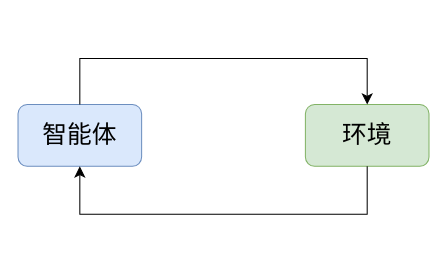
Before: 强化学习框架.drawio in master-fency/plot, a draw.io diagram. Source tidied: cells renumbered, new cells numbered last; positions are measured from the earlier drawing's top-left corner, leaving out a move shared by most shapes. Both pictures are drawn from the tidied source at 103%, with x=0, y=0 at pixel (18, 43).
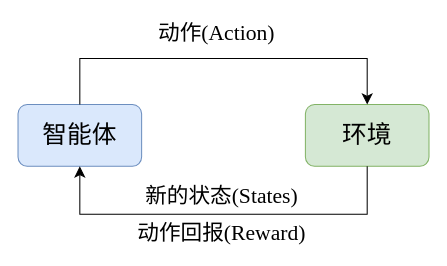
After the change.

Commit message:
更新强化学习框架.drawio

What changed in the source:
```diff
@@
 <mxGraphModel>
   <root>
     <mxCell id="0" />
     <mxCell id="1" parent="0" />
     <mxCell id="2" value="&lt;font style=&quot;font-size: 24px;&quot; face=&quot;Times New Roman&quot;&gt;环境&lt;/font&gt;" style="rounded=1;whiteSpace=wrap;html=1;fillColor=#d5e8d4;strokeColor=#82b366;" parent="1" vertex="1">
       <mxGeometry x="279" y="59" width="120" height="60" as="geometry" />
     </mxCell>
     <mxCell id="3" value="&lt;font face=&quot;Times New Roman&quot; style=&quot;font-size: 24px;&quot;&gt;智能体&lt;/font&gt;" style="rounded=1;whiteSpace=wrap;html=1;fillColor=#dae8fc;strokeColor=#6c8ebf;" parent="1" vertex="1">
       <mxGeometry y="59" width="120" height="60" as="geometry" />
     </mxCell>
     <mxCell id="4" style="edgeStyle=elbowEdgeStyle;elbow=horizontal;endArrow=classic;html=1;curved=0;rounded=0;endSize=8;startSize=8;fontFamily=Helvetica;fontSize=12;fontColor=default;exitX=0.5;exitY=0;exitDx=0;exitDy=0;entryX=0.5;entryY=0;entryDx=0;entryDy=0;" parent="1" edge="1" source="3" target="2">
       <mxGeometry relative="1" as="geometry">
         <Array as="points">
           <mxPoint x="189" y="14.4" />
           <mxPoint x="190.6" />
         </Array>
       </mxGeometry>
     </mxCell>
     <mxCell id="5" style="edgeStyle=elbowEdgeStyle;elbow=horizontal;endArrow=none;html=1;curved=0;rounded=0;endSize=8;startSize=8;fontFamily=Helvetica;fontSize=12;fontColor=default;exitX=0.5;exitY=1;exitDx=0;exitDy=0;entryX=0.5;entryY=1;entryDx=0;entryDy=0;endFill=0;startArrow=classic;startFill=1;" parent="1" edge="1" source="3" target="2">
       <mxGeometry relative="1" as="geometry">
         <Array as="points">
           <mxPoint x="205.8" y="165.6" />
           <mxPoint x="192.6" y="223.6" />
         </Array>
       </mxGeometry>
     </mxCell>
+    <mxCell id="6" value="&lt;font style=&quot;font-size: 21px;&quot; face=&quot;Times New Roman&quot;&gt;动作(Action)&lt;/font&gt;" style="text;html=1;whiteSpace=wrap;strokeColor=none;fillColor=none;align=center;verticalAlign=middle;rounded=0;" parent="1" vertex="1">
+      <mxGeometry x="126" y="-25" width="134" height="30" as="geometry" />
+    </mxCell>
+    <mxCell id="7" value="&lt;font style=&quot;font-size: 21px;&quot; face=&quot;Times New Roman&quot;&gt;动作回报(Reward)&lt;/font&gt;" style="text;html=1;whiteSpace=wrap;strokeColor=none;fillColor=none;align=center;verticalAlign=middle;rounded=0;" parent="1" vertex="1">
+      <mxGeometry x="109" y="169" width="178" height="30" as="geometry" />
+    </mxCell>
+    <mxCell id="8" value="&lt;font face=&quot;Times New Roman&quot;&gt;&lt;span style=&quot;font-size: 21px;&quot;&gt;新的状态(States)&lt;/span&gt;&lt;/font&gt;" style="text;html=1;whiteSpace=wrap;strokeColor=none;fillColor=none;align=center;verticalAlign=middle;rounded=0;" parent="1" vertex="1">
+      <mxGeometry x="109" y="133" width="178" height="30" as="geometry" />
+    </mxCell>
   </root>
 </mxGraphModel>
```
